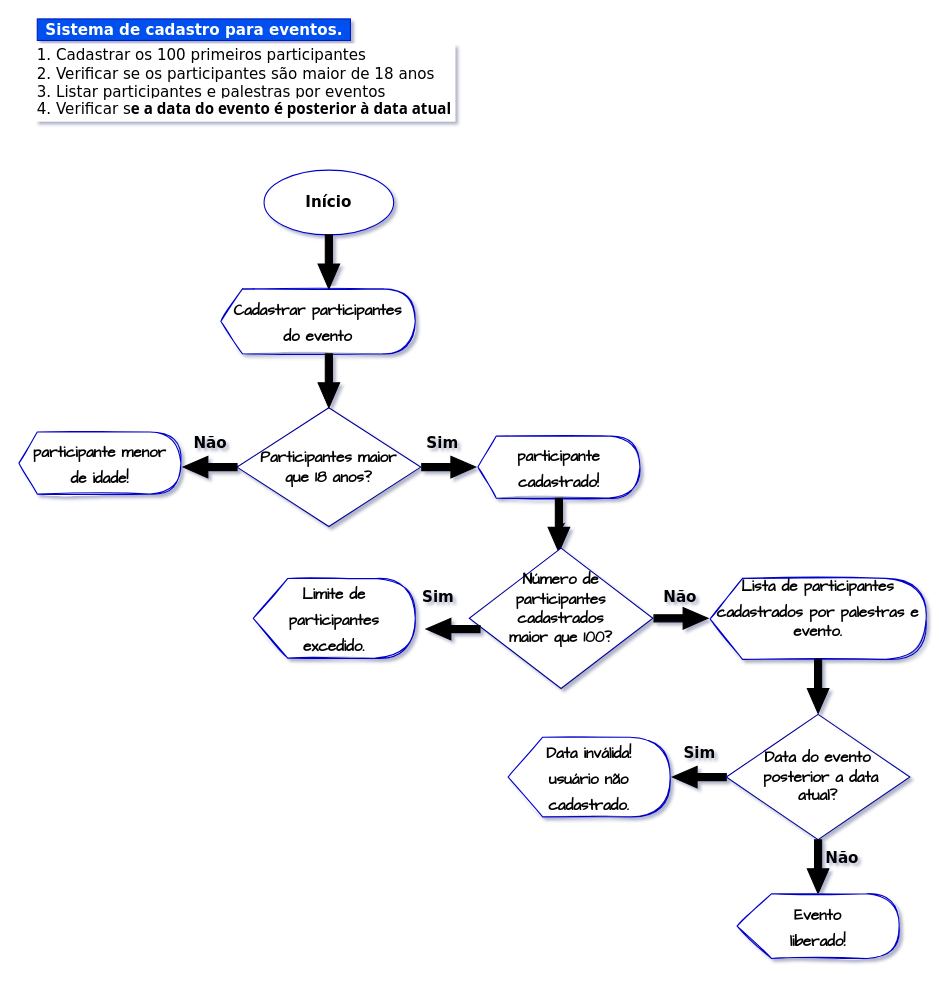
Before: fluxograma.drawio in bruno-asf/Sistema-de-cadastro-de-eventos, a draw.io diagram. Source tidied: cells renumbered, new cells numbered last; positions are measured from the earlier drawing's top-left corner, leaving out a move shared by most shapes. Both pictures are drawn from the tidied source at 108%, with x=0, y=0 at pixel (18, 18).
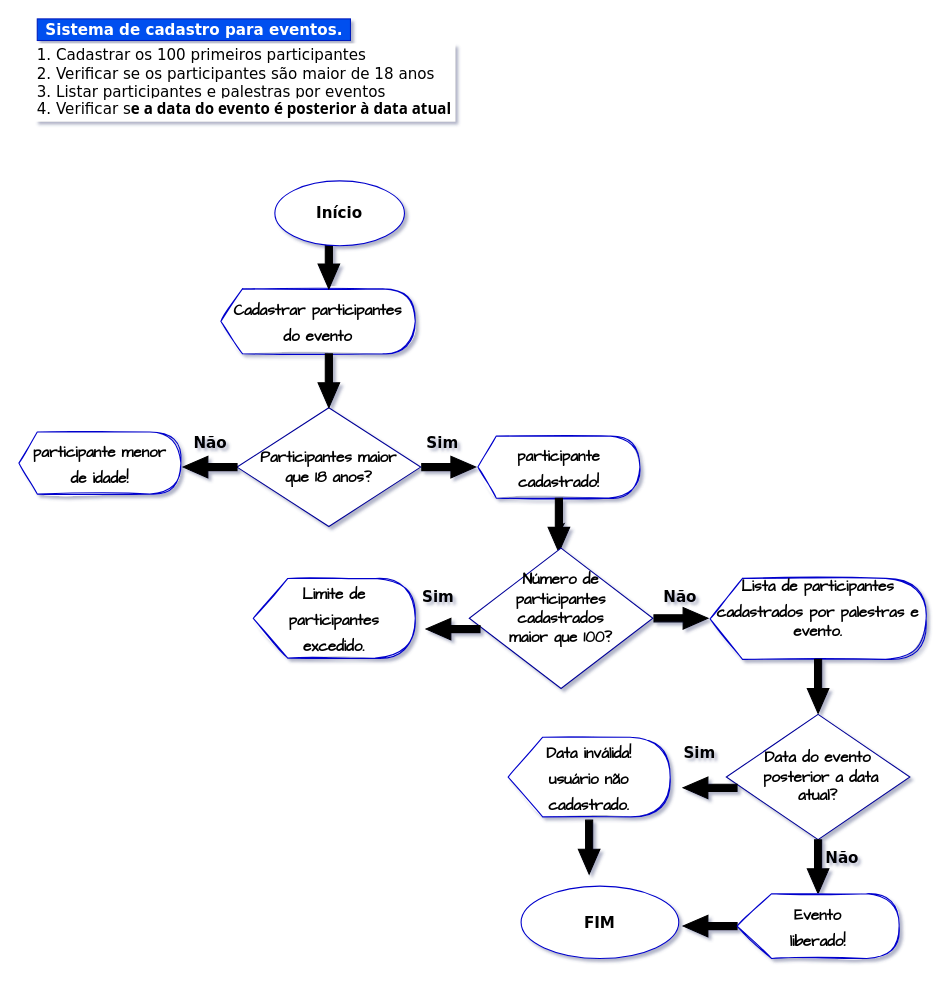
Above is the later version.

Diff of the diagram source:
```diff
@@
-    <mxCell id="4" value="&lt;b&gt;Início&lt;/b&gt;" style="ellipse;whiteSpace=wrap;html=1;fontFamily=Verdana;fontSize=14;align=center;strokeColor=#0000CC;" parent="1" vertex="1">
-      <mxGeometry x="227" y="140" width="120" height="60" as="geometry" />
+    <mxCell id="4" value="&lt;b&gt;FIM&lt;/b&gt;" style="ellipse;whiteSpace=wrap;html=1;fontFamily=Verdana;fontSize=14;align=center;strokeColor=#0000CC;" parent="1" vertex="1">
+      <mxGeometry x="465" y="803" width="146" height="67" as="geometry" />
     </mxCell>
@@
     <mxCell id="18" style="html=1;shadow=0;dashed=0;align=center;verticalAlign=middle;shape=mxgraph.arrows2.arrow;dy=0.67;dx=23;direction=south;notch=0;fontFamily=Verdana;fontSize=14;fontColor=#000000;labelBackgroundColor=none;strokeColor=#000000;fillColor=#000000;rotation=90;" parent="1" vertex="1">
-      <mxGeometry x="620" y="677" width="20" height="50" as="geometry" />
+      <mxGeometry x="630" y="815" width="20" height="50" as="geometry" />
     </mxCell>
@@
+    <mxCell id="32" value="&lt;b&gt;Início&lt;/b&gt;" style="ellipse;whiteSpace=wrap;html=1;fontFamily=Verdana;fontSize=14;align=center;strokeColor=#0000CC;" parent="1" vertex="1">
+      <mxGeometry x="237" y="150" width="120" height="60" as="geometry" />
+    </mxCell>
+    <mxCell id="33" style="html=1;shadow=0;dashed=0;align=center;verticalAlign=middle;shape=mxgraph.arrows2.arrow;dy=0.67;dx=23;direction=south;notch=0;fontFamily=Verdana;fontSize=14;fontColor=#000000;labelBackgroundColor=none;strokeColor=#000000;fillColor=#000000;" parent="1" vertex="1">
+      <mxGeometry x="518" y="741.9" width="20" height="50" as="geometry" />
+    </mxCell>
+    <mxCell id="34" style="html=1;shadow=0;dashed=0;align=center;verticalAlign=middle;shape=mxgraph.arrows2.arrow;dy=0.67;dx=23;direction=south;notch=0;fontFamily=Verdana;fontSize=14;fontColor=#000000;labelBackgroundColor=none;strokeColor=#000000;fillColor=#000000;rotation=90;" parent="1" vertex="1">
+      <mxGeometry x="630" y="687" width="20" height="50" as="geometry" />
+    </mxCell>
```
